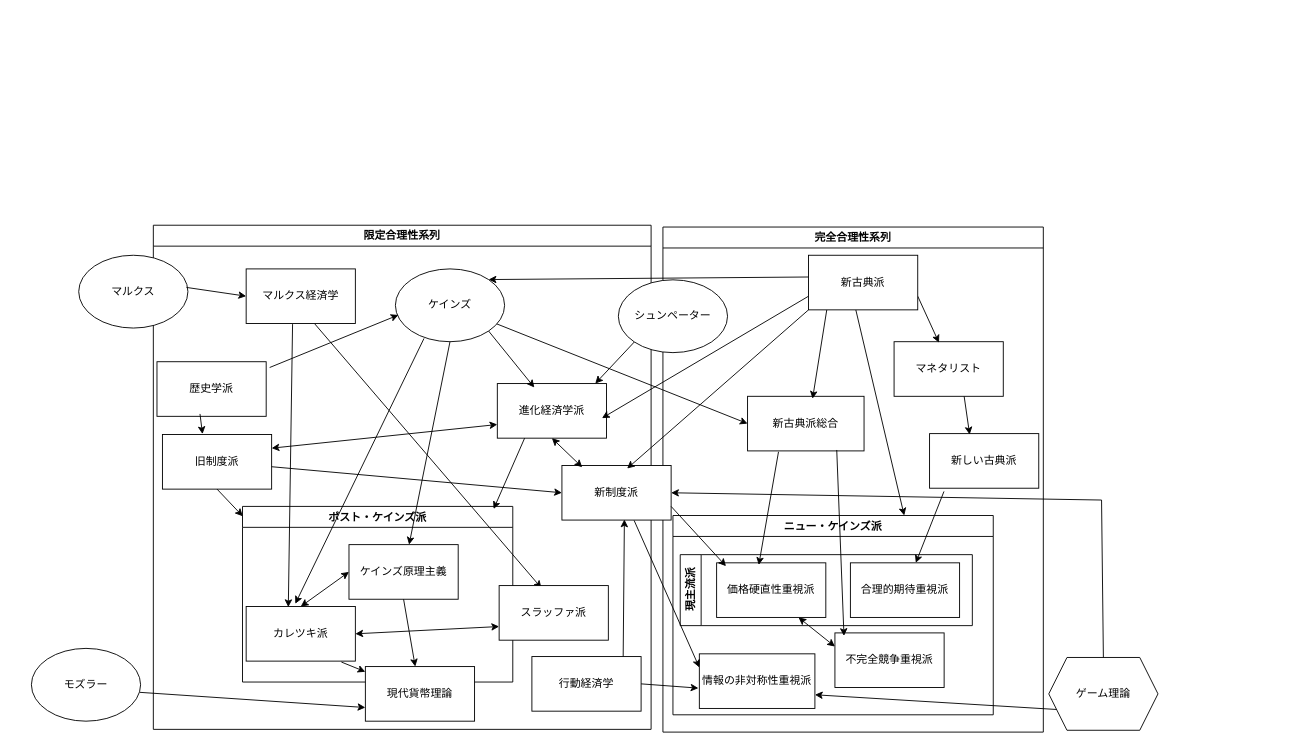
Earlier version of the draw.io diagram 名称未設定ファイル.drawio (rokaboNatttsu/diagrams). Source tidied: cells renumbered, new cells numbered last; positions are measured from the earlier drawing's top-left corner, leaving out a move shared by most shapes. Both pictures are drawn from the tidied source at 91%, with x=0, y=0 at pixel (31, 225).
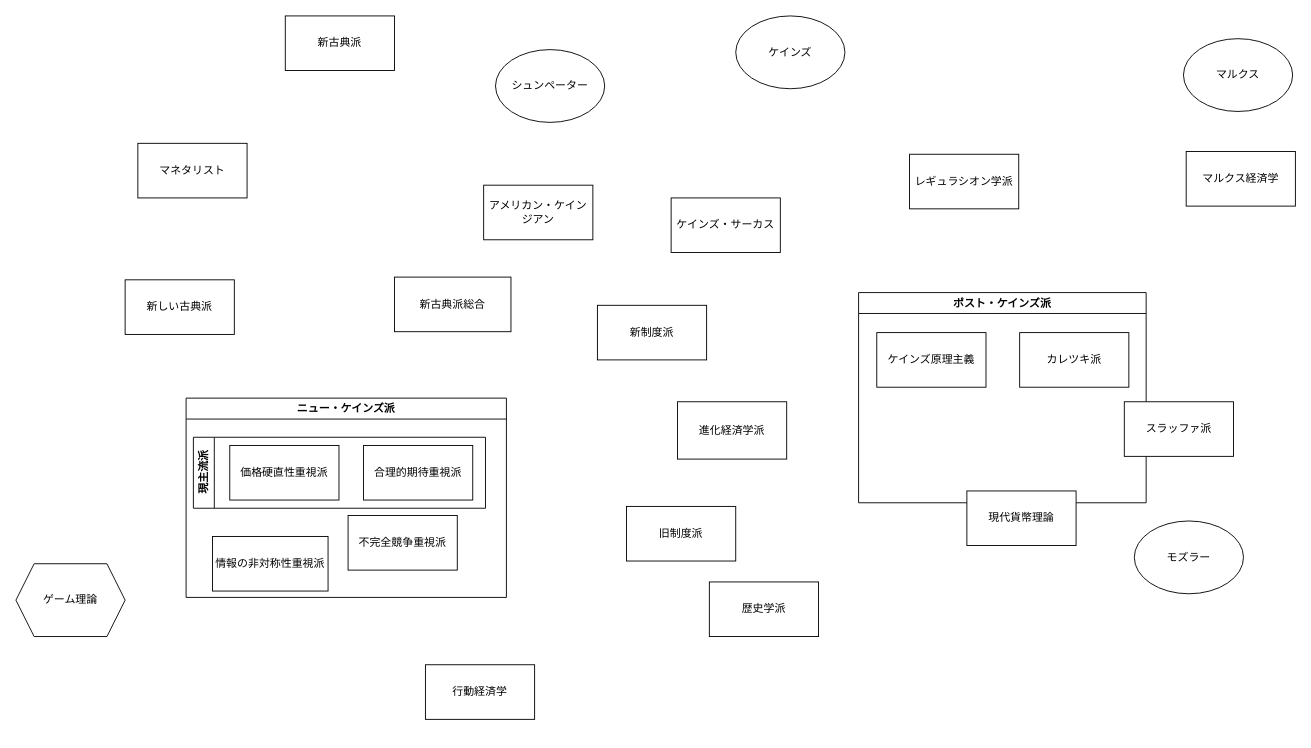
The same page after the edit.

Commit message:
名称未設定ファイル.drawio を更新します

Unchanged cells that the change refers to:
```xml
<mxCell id="19" value="不完全競争重視派" style="rounded=0;whiteSpace=wrap;html=1;" parent="18" vertex="1">
  <mxGeometry x="178" y="129" width="120" height="60" as="geometry" />
</mxCell>
<mxCell id="21" value="合理的期待重視派" style="rounded=0;whiteSpace=wrap;html=1;" parent="20" vertex="1">
  <mxGeometry x="187" y="9" width="120" height="60" as="geometry" />
</mxCell>
<mxCell id="22" value="価格硬直性重視派" style="rounded=0;whiteSpace=wrap;html=1;" parent="20" vertex="1">
  <mxGeometry x="40" y="9" width="120" height="60" as="geometry" />
</mxCell>
<mxCell id="24" value="情報の非対称性重視派" style="rounded=0;whiteSpace=wrap;html=1;" parent="18" vertex="1">
  <mxGeometry x="29" y="152" width="127" height="60" as="geometry" />
</mxCell>
```

Change to the diagram source:
```diff
@@
+    <mxCell id="41" value="マルクス" style="ellipse;whiteSpace=wrap;html=1;" parent="1" vertex="1">
+      <mxGeometry x="1266" y="-205" width="120" height="80" as="geometry" />
+    </mxCell>
+    <mxCell id="63" value="ゲーム理論" style="shape=hexagon;perimeter=hexagonPerimeter2;whiteSpace=wrap;html=1;fixedSize=1;" parent="1" vertex="1">
+      <mxGeometry x="-17" y="372" width="120" height="80" as="geometry" />
+    </mxCell>
+    <mxCell id="15" value="ケインズ" style="ellipse;whiteSpace=wrap;html=1;" parent="1" vertex="1">
+      <mxGeometry x="774" y="-230" width="120" height="80" as="geometry" />
+    </mxCell>
+    <mxCell id="7" value="マルクス経済学" style="rounded=0;whiteSpace=wrap;html=1;" parent="1" vertex="1">
+      <mxGeometry x="1269" y="-81" width="120" height="60" as="geometry" />
+    </mxCell>
+    <mxCell id="16" value="歴史学派" style="rounded=0;whiteSpace=wrap;html=1;" parent="1" vertex="1">
+      <mxGeometry x="745" y="392" width="120" height="60" as="geometry" />
+    </mxCell>
+    <mxCell id="9" value="旧制度派" style="rounded=0;whiteSpace=wrap;html=1;" parent="1" vertex="1">
+      <mxGeometry x="654" y="309" width="120" height="60" as="geometry" />
+    </mxCell>
+    <mxCell id="68" value="ケインズ・サーカス" style="rounded=0;whiteSpace=wrap;html=1;" parent="1" vertex="1">
+      <mxGeometry x="703" y="-30" width="120" height="60" as="geometry" />
+    </mxCell>
+    <mxCell id="29" value="シュンペーター" style="ellipse;whiteSpace=wrap;html=1;" parent="1" vertex="1">
+      <mxGeometry x="510" y="-193" width="120" height="80" as="geometry" />
+    </mxCell>
+    <mxCell id="12" value="進化経済学派" style="rounded=0;whiteSpace=wrap;html=1;" parent="1" vertex="1">
+      <mxGeometry x="710" y="194" width="120" height="63" as="geometry" />
+    </mxCell>
+    <mxCell id="30" value="新制度派" style="rounded=0;whiteSpace=wrap;html=1;" parent="1" vertex="1">
+      <mxGeometry x="622" y="88" width="120" height="60" as="geometry" />
+    </mxCell>
     <mxCell id="2" value="ポスト・ケインズ派" style="swimlane;whiteSpace=wrap;html=1;" parent="1" vertex="1">
-      <mxGeometry x="232" y="309" width="297" height="193" as="geometry" />
+      <mxGeometry x="909" y="74" width="316" height="231" as="geometry" />
     </mxCell>
     <mxCell id="3" value="ケインズ原理主義" style="rounded=0;whiteSpace=wrap;html=1;" parent="2" vertex="1">
-      <mxGeometry x="117" y="42" width="120" height="60" as="geometry" />
+      <mxGeometry x="20" y="44" width="120" height="60" as="geometry" />
     </mxCell>
     <mxCell id="4" value="カレツキ派" style="rounded=0;whiteSpace=wrap;html=1;" parent="2" vertex="1">
-      <mxGeometry x="4" y="110" width="120" height="60" as="geometry" />
+      <mxGeometry x="177" y="44" width="120" height="60" as="geometry" />
     </mxCell>
-    <mxCell id="5" style="endArrow=classic;startArrow=classic;html=1;rounded=0;entryX=0;entryY=0.5;entryDx=0;entryDy=0;exitX=0.5;exitY=0;exitDx=0;exitDy=0;" parent="2" edge="1" source="4" target="3">
-      <mxGeometry relative="1" as="geometry" />
-    </mxCell>
-    <mxCell id="6" value="限定合理性系列" style="swimlane;whiteSpace=wrap;html=1;" parent="1" vertex="1">
-      <mxGeometry x="134" width="547" height="554" as="geometry" />
-    </mxCell>
-    <mxCell id="7" value="マルクス経済学" style="rounded=0;whiteSpace=wrap;html=1;" parent="6" vertex="1">
-      <mxGeometry x="102" y="48" width="120" height="60" as="geometry" />
-    </mxCell>
-    <mxCell id="8" style="endArrow=classic;html=1;rounded=0;entryX=0.388;entryY=0.047;entryDx=0;entryDy=0;exitX=0.628;exitY=1.006;exitDx=0;exitDy=0;exitPerimeter=0;entryPerimeter=0;" parent="6" edge="1" source="7" target="11">
-      <mxGeometry relative="1" as="geometry" />
-    </mxCell>
-    <mxCell id="9" value="旧制度派" style="rounded=0;whiteSpace=wrap;html=1;" parent="6" vertex="1">
-      <mxGeometry x="10" y="230" width="120" height="60" as="geometry" />
-    </mxCell>
-    <mxCell id="10" value="行動経済学" style="rounded=0;whiteSpace=wrap;html=1;" parent="6" vertex="1">
-      <mxGeometry x="416" y="474" width="120" height="60" as="geometry" />
+    <mxCell id="10" value="行動経済学" style="rounded=0;whiteSpace=wrap;html=1;" parent="1" vertex="1">
+      <mxGeometry x="433" y="483" width="120" height="60" as="geometry" />
     </mxCell>
-    <mxCell id="11" value="スラッファ派" style="rounded=0;whiteSpace=wrap;html=1;" parent="6" vertex="1">
-      <mxGeometry x="380" y="396" width="120" height="60" as="geometry" />
-    </mxCell>
-    <mxCell id="12" value="進化経済学派" style="rounded=0;whiteSpace=wrap;html=1;" parent="6" vertex="1">
-      <mxGeometry x="378" y="174" width="120" height="60" as="geometry" />
-    </mxCell>
-    <mxCell id="13" style="endArrow=classic;startArrow=classic;html=1;rounded=0;entryX=0;entryY=0.75;entryDx=0;entryDy=0;exitX=1;exitY=0.25;exitDx=0;exitDy=0;" parent="6" edge="1" source="9" target="12">
-      <mxGeometry relative="1" as="geometry" />
-    </mxCell>
-    <mxCell id="14" style="endArrow=classic;html=1;rounded=0;exitX=0;exitY=0.75;exitDx=0;exitDy=0;" parent="6" edge="1" source="65">
-      <mxGeometry relative="1" as="geometry">
-        <mxPoint x="493" y="212" as="targetPoint" />
-      </mxGeometry>
-    </mxCell>
-    <mxCell id="15" value="ケインズ" style="ellipse;whiteSpace=wrap;html=1;" parent="1" vertex="1">
-      <mxGeometry x="400" y="48" width="120" height="80" as="geometry" />
-    </mxCell>
-    <mxCell id="16" value="歴史学派" style="rounded=0;whiteSpace=wrap;html=1;" parent="1" vertex="1">
-      <mxGeometry x="138" y="150" width="120" height="60" as="geometry" />
-    </mxCell>
-    <mxCell id="17" value="完全合理性系列" style="swimlane;whiteSpace=wrap;html=1;" parent="1" vertex="1">
-      <mxGeometry x="694" y="2" width="418" height="555" as="geometry" />
-    </mxCell>
+    <mxCell id="69" value="アメリカン・ケインジアン" style="rounded=0;whiteSpace=wrap;html=1;" parent="1" vertex="1">
+      <mxGeometry x="497" y="-44" width="120" height="60" as="geometry" />
+    </mxCell>
+    <mxCell id="65" value="新古典派" style="rounded=0;whiteSpace=wrap;html=1;" parent="1" vertex="1">
+      <mxGeometry x="279" y="-230" width="120" height="60" as="geometry" />
+    </mxCell>
+    <mxCell id="27" value="新古典派総合" style="rounded=0;whiteSpace=wrap;html=1;" parent="1" vertex="1">
+      <mxGeometry x="399" y="57" width="128" height="60" as="geometry" />
+    </mxCell>
+    <mxCell id="26" value="マネタリスト" style="rounded=0;whiteSpace=wrap;html=1;" parent="1" vertex="1">
+      <mxGeometry x="117" y="-90" width="120" height="60" as="geometry" />
+    </mxCell>
+    <mxCell id="25" value="新しい古典派" style="rounded=0;whiteSpace=wrap;html=1;" parent="1" vertex="1">
+      <mxGeometry x="103" y="60" width="120" height="60" as="geometry" />
+    </mxCell>
-    <mxCell id="18" value="ニュー・ケインズ派" style="swimlane;whiteSpace=wrap;html=1;" parent="17" vertex="1">
-      <mxGeometry x="11" y="317" width="352" height="219" as="geometry" />
+    <mxCell id="18" value="ニュー・ケインズ派" style="swimlane;whiteSpace=wrap;html=1;" parent="1" vertex="1">
+      <mxGeometry x="170" y="190" width="352" height="219" as="geometry" />
     </mxCell>
@@
-    <mxCell id="23" style="endArrow=classic;startArrow=classic;html=1;rounded=0;entryX=0.75;entryY=1;entryDx=0;entryDy=0;exitX=0;exitY=0.25;exitDx=0;exitDy=0;" parent="18" edge="1" source="19" target="22">
-      <mxGeometry relative="1" as="geometry" />
-    </mxCell>
@@
-    <mxCell id="25" value="新しい古典派" style="rounded=0;whiteSpace=wrap;html=1;" parent="17" vertex="1">
-      <mxGeometry x="293" y="227" width="120" height="60" as="geometry" />
-    </mxCell>
-    <mxCell id="26" value="マネタリスト" style="rounded=0;whiteSpace=wrap;html=1;" parent="17" vertex="1">
-      <mxGeometry x="254" y="126" width="120" height="60" as="geometry" />
-    </mxCell>
-    <mxCell id="27" value="新古典派総合" style="rounded=0;whiteSpace=wrap;html=1;" parent="17" vertex="1">
-      <mxGeometry x="93" y="186" width="128" height="60" as="geometry" />
-    </mxCell>
-    <mxCell id="28" style="endArrow=classic;html=1;rounded=0;exitX=0.132;exitY=1.059;exitDx=0;exitDy=0;exitPerimeter=0;" parent="17" edge="1" source="25" target="21">
-      <mxGeometry relative="1" as="geometry" />
-    </mxCell>
-    <mxCell id="29" value="シュンペーター" style="ellipse;whiteSpace=wrap;html=1;" parent="17" vertex="1">
-      <mxGeometry x="-49" y="58" width="120" height="80" as="geometry" />
-    </mxCell>
-    <mxCell id="30" value="新制度派" style="rounded=0;whiteSpace=wrap;html=1;" parent="17" vertex="1">
-      <mxGeometry x="-111" y="262" width="120" height="60" as="geometry" />
-    </mxCell>
-    <mxCell id="31" style="endArrow=classic;html=1;rounded=0;exitX=1;exitY=0.75;exitDx=0;exitDy=0;entryX=0.086;entryY=0.061;entryDx=0;entryDy=0;entryPerimeter=0;" parent="17" edge="1" source="30" target="22">
-      <mxGeometry relative="1" as="geometry" />
-    </mxCell>
-    <mxCell id="32" style="endArrow=classic;html=1;rounded=0;entryX=0.367;entryY=0.017;entryDx=0;entryDy=0;entryPerimeter=0;" parent="17" edge="1" target="25">
-      <mxGeometry relative="1" as="geometry">
-        <mxPoint x="331" y="186" as="sourcePoint" />
-      </mxGeometry>
-    </mxCell>
-    <mxCell id="33" style="endArrow=classic;html=1;rounded=0;entryX=0;entryY=0.25;entryDx=0;entryDy=0;exitX=0.661;exitY=1.006;exitDx=0;exitDy=0;exitPerimeter=0;" parent="17" edge="1" source="30" target="24">
-      <mxGeometry relative="1" as="geometry" />
-    </mxCell>
-    <mxCell id="34" style="endArrow=classic;html=1;rounded=0;entryX=0.386;entryY=0.039;entryDx=0;entryDy=0;entryPerimeter=0;" parent="1" edge="1" target="22">
-      <mxGeometry relative="1" as="geometry">
-        <mxPoint x="821" y="249" as="sourcePoint" />
-      </mxGeometry>
-    </mxCell>
-    <mxCell id="35" style="endArrow=classic;html=1;rounded=0;entryX=0.083;entryY=0.056;entryDx=0;entryDy=0;entryPerimeter=0;" parent="1" edge="1" target="19">
-      <mxGeometry relative="1" as="geometry">
-        <mxPoint x="885" y="247" as="sourcePoint" />
-      </mxGeometry>
-    </mxCell>
-    <mxCell id="36" style="endArrow=classic;html=1;rounded=0;exitX=0.167;exitY=1;exitDx=0;exitDy=0;entryX=0.558;entryY=0.044;entryDx=0;entryDy=0;entryPerimeter=0;exitPerimeter=0;" parent="1" edge="1" source="65" target="27">
-      <mxGeometry relative="1" as="geometry" />
-    </mxCell>
-    <mxCell id="37" style="endArrow=classic;html=1;rounded=0;entryX=0.411;entryY=0.017;entryDx=0;entryDy=0;entryPerimeter=0;exitX=1;exitY=0.75;exitDx=0;exitDy=0;" parent="1" edge="1" source="65" target="26">
-      <mxGeometry relative="1" as="geometry" />
-    </mxCell>
-    <mxCell id="38" style="endArrow=classic;html=1;rounded=0;exitX=0.5;exitY=1;exitDx=0;exitDy=0;" parent="1" edge="1" source="15" target="3">
-      <mxGeometry relative="1" as="geometry" />
-    </mxCell>
-    <mxCell id="39" style="endArrow=classic;html=1;rounded=0;entryX=0;entryY=0.5;entryDx=0;entryDy=0;" parent="1" edge="1" source="9" target="30">
-      <mxGeometry relative="1" as="geometry" />
-    </mxCell>
-    <mxCell id="40" style="endArrow=classic;html=1;rounded=0;exitX=0;exitY=1;exitDx=0;exitDy=0;entryX=0.597;entryY=0.056;entryDx=0;entryDy=0;entryPerimeter=0;" parent="1" edge="1" source="65" target="30">
-      <mxGeometry relative="1" as="geometry" />
-    </mxCell>
-    <mxCell id="41" value="マルクス" style="ellipse;whiteSpace=wrap;html=1;" parent="1" vertex="1">
-      <mxGeometry x="52" y="33" width="120" height="80" as="geometry" />
-    </mxCell>
-    <mxCell id="42" style="endArrow=classic;html=1;rounded=0;exitX=0.987;exitY=0.442;exitDx=0;exitDy=0;entryX=0;entryY=0.5;entryDx=0;entryDy=0;exitPerimeter=0;" parent="1" edge="1" source="41" target="7">
-      <mxGeometry relative="1" as="geometry" />
-    </mxCell>
-    <mxCell id="43" style="endArrow=classic;html=1;rounded=0;exitX=0;exitY=1;exitDx=0;exitDy=0;entryX=0.897;entryY=0;entryDx=0;entryDy=0;entryPerimeter=0;" parent="1" edge="1" source="29" target="12">
-      <mxGeometry relative="1" as="geometry" />
-    </mxCell>
-    <mxCell id="44" style="endArrow=classic;html=1;rounded=0;exitX=0.01;exitY=0.398;exitDx=0;exitDy=0;exitPerimeter=0;entryX=1;entryY=0;entryDx=0;entryDy=0;" parent="1" edge="1" source="65" target="15">
-      <mxGeometry relative="1" as="geometry" />
-    </mxCell>
-    <mxCell id="45" style="endArrow=classic;html=1;rounded=0;exitX=0.394;exitY=0.956;exitDx=0;exitDy=0;exitPerimeter=0;entryX=0.367;entryY=-0.008;entryDx=0;entryDy=0;entryPerimeter=0;" parent="1" edge="1" source="16" target="9">
-      <mxGeometry relative="1" as="geometry" />
-    </mxCell>
-    <mxCell id="46" style="endArrow=classic;html=1;rounded=0;exitX=0.425;exitY=1.011;exitDx=0;exitDy=0;exitPerimeter=0;entryX=0.386;entryY=0.011;entryDx=0;entryDy=0;entryPerimeter=0;" parent="1" edge="1" source="7" target="4">
-      <mxGeometry relative="1" as="geometry" />
-    </mxCell>
-    <mxCell id="47" style="endArrow=classic;html=1;rounded=0;exitX=0.5;exitY=1;exitDx=0;exitDy=0;entryX=0.001;entryY=0.056;entryDx=0;entryDy=0;entryPerimeter=0;" parent="1" edge="1" source="9" target="2">
-      <mxGeometry relative="1" as="geometry" />
-    </mxCell>
+    <mxCell id="11" value="スラッファ派" style="rounded=0;whiteSpace=wrap;html=1;" parent="1" vertex="1">
+      <mxGeometry x="1201" y="194" width="120" height="60" as="geometry" />
+    </mxCell>
+    <mxCell id="52" value="モズラー" style="ellipse;whiteSpace=wrap;html=1;" parent="1" vertex="1">
+      <mxGeometry x="1212" y="325" width="120" height="80" as="geometry" />
+    </mxCell>
     <mxCell id="48" value="現代貨幣理論" style="rounded=0;whiteSpace=wrap;html=1;" parent="1" vertex="1">
-      <mxGeometry x="367" y="485" width="120" height="60" as="geometry" />
+      <mxGeometry x="1028" y="292" width="120" height="60" as="geometry" />
     </mxCell>
-    <mxCell id="49" style="endArrow=classic;html=1;rounded=0;exitX=0.5;exitY=1;exitDx=0;exitDy=0;" parent="1" edge="1" source="3" target="48">
-      <mxGeometry relative="1" as="geometry" />
-    </mxCell>
-    <mxCell id="50" style="endArrow=classic;html=1;rounded=0;exitX=0.872;exitY=1.017;exitDx=0;exitDy=0;exitPerimeter=0;" parent="1" edge="1" source="4" target="48">
-      <mxGeometry relative="1" as="geometry" />
-    </mxCell>
-    <mxCell id="51" style="endArrow=classic;html=1;rounded=0;exitX=0.994;exitY=0.604;exitDx=0;exitDy=0;entryX=0;entryY=0.75;entryDx=0;entryDy=0;exitPerimeter=0;" parent="1" edge="1" source="52" target="48">
-      <mxGeometry relative="1" as="geometry" />
-    </mxCell>
-    <mxCell id="52" value="モズラー" style="ellipse;whiteSpace=wrap;html=1;" parent="1" vertex="1">
-      <mxGeometry y="465" width="120" height="80" as="geometry" />
-    </mxCell>
-    <mxCell id="53" style="endArrow=classic;startArrow=classic;html=1;rounded=0;entryX=1;entryY=0.5;entryDx=0;entryDy=0;exitX=0;exitY=0.75;exitDx=0;exitDy=0;" parent="1" edge="1" source="11" target="4">
-      <mxGeometry relative="1" as="geometry" />
-    </mxCell>
-    <mxCell id="54" style="endArrow=classic;html=1;rounded=0;entryX=0.339;entryY=0.072;entryDx=0;entryDy=0;entryPerimeter=0;exitX=1;exitY=1;exitDx=0;exitDy=0;" parent="1" edge="1" source="15" target="12">
-      <mxGeometry relative="1" as="geometry" />
-    </mxCell>
-    <mxCell id="55" style="endArrow=classic;startArrow=classic;html=1;rounded=0;entryX=0.5;entryY=1;entryDx=0;entryDy=0;exitX=0.186;exitY=0.033;exitDx=0;exitDy=0;exitPerimeter=0;" parent="1" edge="1" source="30" target="12">
-      <mxGeometry relative="1" as="geometry" />
-    </mxCell>
-    <mxCell id="56" style="endArrow=classic;html=1;rounded=0;exitX=1.032;exitY=0.106;exitDx=0;exitDy=0;exitPerimeter=0;entryX=0.028;entryY=0.633;entryDx=0;entryDy=0;entryPerimeter=0;" parent="1" edge="1" source="16" target="15">
-      <mxGeometry relative="1" as="geometry" />
-    </mxCell>
-    <mxCell id="57" style="endArrow=classic;html=1;rounded=0;exitX=0.25;exitY=1;exitDx=0;exitDy=0;entryX=0.929;entryY=0.015;entryDx=0;entryDy=0;entryPerimeter=0;" parent="1" edge="1" source="12" target="2">
-      <mxGeometry relative="1" as="geometry" />
-    </mxCell>
-    <mxCell id="58" style="endArrow=classic;html=1;rounded=0;entryX=0;entryY=0.5;entryDx=0;entryDy=0;" parent="1" edge="1" source="15" target="27">
-      <mxGeometry relative="1" as="geometry" />
-    </mxCell>
-    <mxCell id="59" style="endArrow=classic;html=1;rounded=0;exitX=0.262;exitY=0.955;exitDx=0;exitDy=0;exitPerimeter=0;" parent="1" edge="1" source="15">
-      <mxGeometry relative="1" as="geometry">
-        <mxPoint x="290" y="416" as="targetPoint" />
-      </mxGeometry>
-    </mxCell>
-    <mxCell id="60" style="endArrow=classic;html=1;rounded=0;exitX=0.433;exitY=1;exitDx=0;exitDy=0;exitPerimeter=0;entryX=0.722;entryY=0;entryDx=0;entryDy=0;entryPerimeter=0;" parent="1" edge="1" source="65" target="18">
-      <mxGeometry relative="1" as="geometry" />
-    </mxCell>
-    <mxCell id="61" style="endArrow=classic;html=1;rounded=0;entryX=0.572;entryY=0.989;entryDx=0;entryDy=0;entryPerimeter=0;exitX=0.836;exitY=0;exitDx=0;exitDy=0;exitPerimeter=0;" parent="1" edge="1" source="10" target="30">
-      <mxGeometry relative="1" as="geometry" />
-    </mxCell>
-    <mxCell id="62" style="endArrow=classic;html=1;rounded=0;entryX=-0.008;entryY=0.628;entryDx=0;entryDy=0;entryPerimeter=0;exitX=1;exitY=0.5;exitDx=0;exitDy=0;" parent="1" edge="1" source="10" target="24">
-      <mxGeometry relative="1" as="geometry" />
-    </mxCell>
-    <mxCell id="63" value="ゲーム理論" style="shape=hexagon;perimeter=hexagonPerimeter2;whiteSpace=wrap;html=1;fixedSize=1;" parent="1" vertex="1">
-      <mxGeometry x="1118" y="475" width="120" height="80" as="geometry" />
-    </mxCell>
-    <mxCell id="64" style="endArrow=classic;html=1;rounded=0;" parent="1" edge="1" target="65">
-      <mxGeometry relative="1" as="geometry">
-        <mxPoint x="926" y="58" as="sourcePoint" />
-      </mxGeometry>
-    </mxCell>
-    <mxCell id="65" value="新古典派" style="rounded=0;whiteSpace=wrap;html=1;" parent="1" vertex="1">
-      <mxGeometry x="854" y="33" width="120" height="60" as="geometry" />
-    </mxCell>
-    <mxCell id="66" style="endArrow=classic;html=1;rounded=0;entryX=1;entryY=0.75;entryDx=0;entryDy=0;exitX=0;exitY=0.75;exitDx=0;exitDy=0;" parent="1" edge="1" source="63" target="24">
-      <mxGeometry relative="1" as="geometry" />
-    </mxCell>
-    <mxCell id="67" style="endArrow=classic;html=1;rounded=0;exitX=0.5;exitY=0;exitDx=0;exitDy=0;entryX=1;entryY=0.5;entryDx=0;entryDy=0;" parent="1" edge="1" source="63" target="30">
-      <mxGeometry relative="1" as="geometry">
-        <Array as="points">
-          <mxPoint x="1176" y="302" />
-        </Array>
-      </mxGeometry>
-    </mxCell>
+    <mxCell id="70" value="レギュラシオン学派" style="rounded=0;whiteSpace=wrap;html=1;" parent="1" vertex="1">
+      <mxGeometry x="965" y="-78" width="120" height="60" as="geometry" />
+    </mxCell>
```
